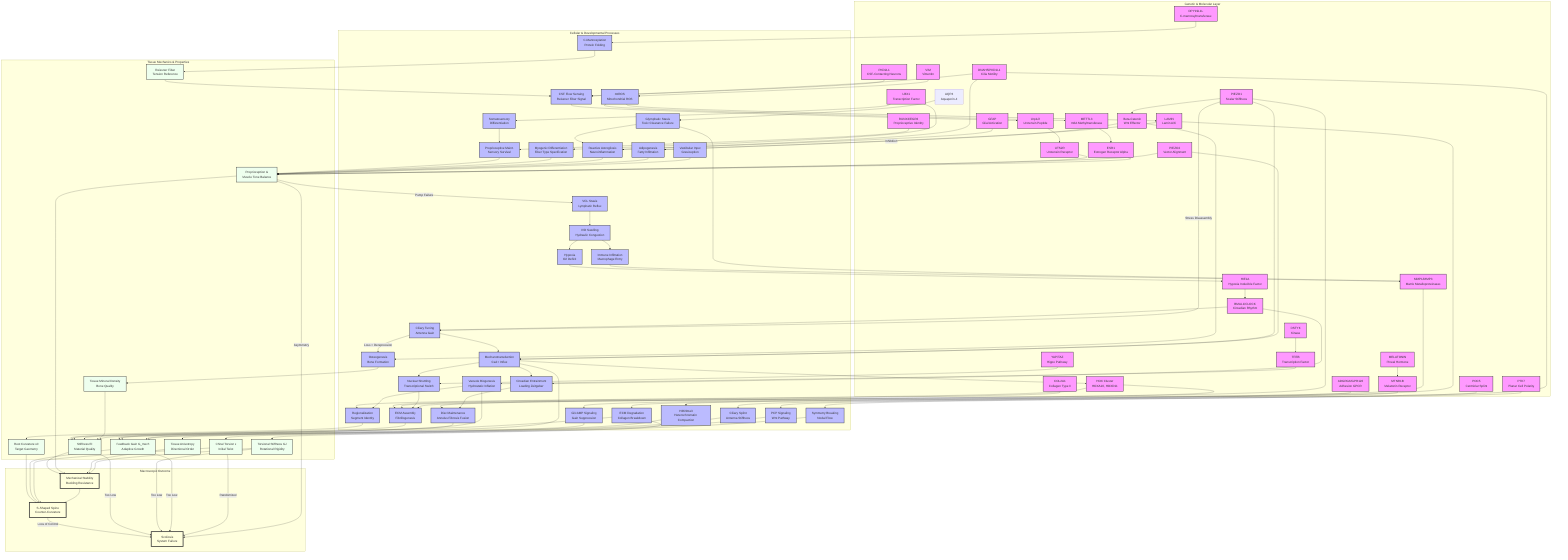
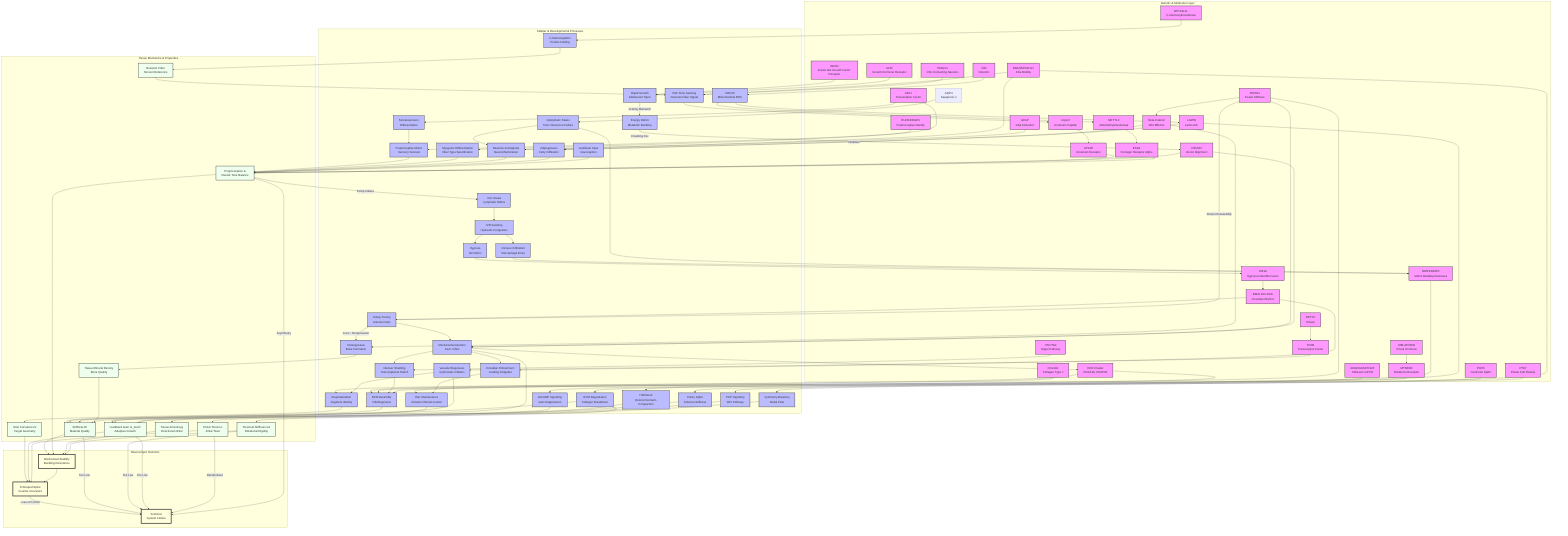
graph TD
    %% Subgraphs for Organization
    subgraph Genetics [Genetic & Molecular Layer]
        HOX[HOX Cluster<br/>HOXA10, HOXD11]
        COL[COL2A1<br/>Collagen Type II]
        PIEZO1[PIEZO1<br/>Scalar Stiffness]
        PIEZO2[PIEZO2<br/>Vector Alignment]
        CILIA[DNAH5/PKD1L1<br/>Cilia Motility]
        LBX1[LBX1<br/>Transcription Factor]
        ADGRG6[ADGRG6/GPR126<br/>Adhesion GPCR]
        PTK7[PTK7<br/>Planar Cell Polarity]
        YAP[YAP/TAZ<br/>Hippo Pathway]
        PKD2L1[PKD2L1<br/>CSF-Contacting Neurons]
        MMP[MMP1/MMP3<br/>Matrix Metalloproteinases]
        URP[Urp1/2<br/>Urotensin Peptide]
        UTS2R[UTS2R<br/>Urotensin Receptor]
        GFAP[GFAP<br/>Glial Activation]
        VIM[VIM<br/>Vimentin]
        LAMIN[LAMIN<br/>Lamin A/C]
        BMAL1[BMAL1/CLOCK<br/>Circadian Rhythm]
        RUNX3[RUNX3/EGR3<br/>Proprioceptive Identity]
        METTL3[METTL3<br/>m6A Methyltransferase]
        ESR1[ESR1<br/>Estrogen Receptor Alpha]
        AQP4[AQP4<br/>Aquaporin-4]
        MELATONIN[MELATONIN<br/>Pineal Hormone]
        MT2[MTNR1B<br/>Melatonin Receptor]
        HIF1A[HIF1A<br/>Hypoxia Inducible Factor]
        POC5[POC5<br/>Centriolar Splint]
        DSTYK[DSTYK<br/>Kinase]
        TFEB[TFEB<br/>Transcription Factor]
        Beta_Catenin[Beta-Catenin<br/>Wnt Effector]
        DPY19L1L[DPY19L1L<br/>C-mannosyltransferase]
+         IGF1R[IGF1R<br/>Insulin-like Growth Factor Receptor]
+         GHR[GHR<br/>Growth Hormone Receptor]
    end

    subgraph Processes [Cellular & Developmental Processes]
        Astrogliosis[Reactive Astrogliosis<br/>Neuroinflammation]
        Region[Regionalization<br/>Segment Identity]
        ECM_Assembly[ECM Assembly<br/>Fibrillogenesis]
        Nucl_Shuttle[Nuclear Shuttling<br/>Transcriptional Switch]
        Mech_Trans[Mechanotransduction<br/>Ca2+ Influx]
        Sym_Break[Symmetry Breaking<br/>Nodal Flow]
        CSF_Sensing[CSF Flow Sensing<br/>Reissner Fiber Signal]
        Neur_Diff[Somatosensory<br/>Differentiation]
        Muscle_Diff[Myogenic Differentiation<br/>Fiber Type Specification]
        Disc_Maint[Disc Maintenance<br/>Annulus Fibrosis Fusion]
        PCP_Sig[PCP Signaling<br/>Wnt Pathway]
        Degradation[ECM Degradation<br/>Collagen Breakdown]
        mtROS[mtROS<br/>Mitochondrial ROS]
        Adipogenesis[Adipogenesis<br/>Fatty Infiltration]
        Hydraulic_Congestion[IVD Swelling<br/>Hydraulic Congestion]
        Immune_Infilt[Immune Infiltration<br/>Macrophage Entry]
        Circadian_Entrain[Circadian Entrainment<br/>Loading Zeitgeber]
        Proprio_Maint[Proprioceptive Maint.<br/>Sensory Survival]
        H3K9me3[H3K9me3<br/>Heterochromatin Compaction]
        VCL_Stasis[VCL Stasis<br/>Lymphatic Reflux]
        Glymphatic_Stasis[Glymphatic Stasis<br/>Toxic Clearance Failure]
        Vestibular_Input[Vestibular Input<br/>Graviception]
        Gi_cAMP[Gi/cAMP Signaling<br/>Gain Suppression]
        Ciliary_Tuning[Ciliary Tuning<br/>Antenna Gain]
        Hypoxia[Hypoxia<br/>O2 Deficit]
        Osteogenesis[Osteogenesis<br/>Bone Formation]
        Ciliary_Splint[Ciliary Splint<br/>Antenna Stiffness]
        Vacuole_Biogenesis[Vacuole Biogenesis<br/>Hydrostatic Inflation]
        C_Mannosylation[C-Mannosylation<br/>Protein Folding]
+         Rapid_Growth[Rapid Growth<br/>Adolescent Spurt]
+         Energy_Deficit[Energy Deficit<br/>Metabolic Buckling]
    end

    subgraph Tissue [Tissue Mechanics & Properties]
        Rest_Kappa[Rest Curvature κ0<br/>Target Geometry]
        Stiffness[Stiffness EI<br/>Material Quality]
        Torsional_Stiffness[Torsional Stiffness GJ<br/>Rotational Rigidity]
        Gain[Feedback Gain G_mech<br/>Adaptive Growth]
        Torsion[Chiral Torsion ε<br/>Initial Twist]
        Muscle_Tone[Proprioception &<br/>Muscle Tone Balance]
        Anisotropy[Tissue Anisotropy<br/>Directional Order]
        TMD[Tissue Mineral Density<br/>Bone Quality]
        Reissner_Fiber[Reissner Fiber<br/>Tension Reference]
    end

    subgraph Outcome [Macroscopic Outcome]
        S_Curve[S-Shaped Spine<br/>Counter-Curvature]
        Stability[Mechanical Stability<br/>Buckling Resistance]
        Scoliosis[Scoliosis<br/>System Failure]
    end

    %% Connections
    HOX --> Region
    Region --> Rest_Kappa
    Rest_Kappa --> S_Curve

    COL --> ECM_Assembly
    ECM_Assembly --> Stiffness
    Stiffness --> Stability

    PIEZO1 --> Mech_Trans
    PIEZO2 --> Mech_Trans
    Mech_Trans --> Gain
    Gain --> S_Curve

    %% NEW ARC: Piezo Duality (Vector-Scalar Mismatch)
    PIEZO1 --> ECM_Assembly
    PIEZO2 --> Muscle_Tone

    CILIA --> Sym_Break
    Sym_Break --> Torsion
    Torsion --> S_Curve

    LBX1 --> Neur_Diff
    LBX1 --> Muscle_Diff
    Neur_Diff --> Proprio_Maint
    Proprio_Maint --> Muscle_Tone
    Muscle_Diff --> Muscle_Tone
    Muscle_Tone --> Stability

    %% NEW ARC: Proprioceptive Maintenance
    RUNX3 --> Proprio_Maint

    %% NEW ARC: ADGRG6
    ADGRG6 --> Disc_Maint
    Disc_Maint --> Stiffness

    %% NEW ARC: PTK7
    PTK7 --> PCP_Sig
    PCP_Sig --> Anisotropy
    Anisotropy --> Stability

    %% NEW ARC: YAP/TAZ
    YAP --> Nucl_Shuttle
    Nucl_Shuttle --> ECM_Assembly
    Mech_Trans --> Nucl_Shuttle

    %% NEW ARC: CSF/Reissner Fiber
    CILIA --> CSF_Sensing
    PKD2L1 --> CSF_Sensing
    CSF_Sensing --> URP
    URP --> UTS2R
    UTS2R --> Muscle_Tone

    %% NEW ARC: MMP Degradation
    MMP --> Degradation
    Degradation --> Stiffness

    %% NEW ARC: Neuro-Inflammatory Pathway
    CILIA --> Astrogliosis
    GFAP --> Astrogliosis
    Astrogliosis --> Muscle_Tone

    %% NEW ARC: Vimentin Metabolic Switch
    VIM --> mtROS
    mtROS --> LAMIN
    LAMIN --> Adipogenesis
    Adipogenesis --> Muscle_Tone

    %% NEW ARC: Inflamed Torsion
    Hydraulic_Congestion --> Immune_Infilt
    Immune_Infilt --> MMP
    Degradation --> Torsional_Stiffness
    Torsional_Stiffness --> Stability

    %% NEW ARC: Glymphatic Stasis
    AQP4 --> Glymphatic_Stasis
    Glymphatic_Stasis --> Astrogliosis

    %% NEW ARC: Glymphatic-MMP Axis (Chen et al., 2025)
    Glymphatic_Stasis --> MMP

    %% NEW ARC: Melatonin Gain Control
    MELATONIN --> MT2
    MT2 --> Gi_cAMP
    Gi_cAMP --> Gain

    %% NEW ARC: Vestibular Asymmetry
    Vestibular_Input --> Muscle_Tone

    %% Cross-Talk and Failures
    Stability --> S_Curve
    S_Curve -- "Loss of Control" --> Scoliosis
    Stiffness -- "Too Low" --> Scoliosis
    Torsional_Stiffness -- "Too Low" --> Scoliosis
    Gain -- "Too Low" --> Scoliosis
    Torsion -- "Randomized" --> Scoliosis
    Muscle_Tone -- "Asymmetry" --> Scoliosis

    %% Styling
    classDef gene fill:#f9f,stroke:#333,stroke-width:2px;
    classDef process fill:#bbf,stroke:#333,stroke-width:2px;
    classDef tissue fill:#efe,stroke:#333,stroke-width:2px;
    classDef outcome fill:#ffd,stroke:#333,stroke-width:4px;

    %% NEW ARC: Spinal Jetlag
    BMAL1 --> Circadian_Entrain
    Mech_Trans --> Circadian_Entrain
    Circadian_Entrain --> Disc_Maint

    %% NEW ARC: Tunable Antenna (Miyoshi et al., 2024)
    BMAL1 --> Ciliary_Tuning
    Ciliary_Tuning --> Mech_Trans

    %% NEW ARC: Epigenetic Asymmetry
    mtROS --> METTL3
    METTL3 --> ESR1
    ESR1 --> Muscle_Tone

    %% NEW ARC: Nuclear Stiffness (Scalar Senescence)
    LAMIN --> H3K9me3
    H3K9me3 --> Gain

    %% NEW ARC: Lymphatic Drainage Pathway (VCL)
    Muscle_Tone -- "Pump Failure" --> VCL_Stasis
    VCL_Stasis --> Hydraulic_Congestion

    %% NEW ARC: Hypoxic Clock Block (HIF1A)
    Hydraulic_Congestion --> Hypoxia
    Hypoxia --> HIF1A
    HIF1A --> BMAL1

    %% NEW ARC: Tension-Dependent Identity (HOX)
    Mech_Trans --> HOX
    HOX --> ECM_Assembly

    %% NEW ARC: Bone Mineralization (Ramli et al., 2024)
    %% PIEZO1 --> Osteogenesis (Replaced by BMSC Switch below)
    Osteogenesis --> TMD
    TMD --> Stiffness

    %% NEW ARC: BMSC Fate Switch (Li et al., 2023)
    PIEZO1 --> Beta_Catenin
    Beta_Catenin --> Osteogenesis
    Beta_Catenin -- "Inhibition" --> Adipogenesis

    %% NEW ARC: Centriolar Splint (POC5)
    POC5 --> Ciliary_Splint
    Ciliary_Splint --> Gain

    %% NEW ARC: Hydrostatic Skeleton (DSTYK/TFEB)
    DSTYK --> TFEB
    TFEB --> Vacuole_Biogenesis
    Vacuole_Biogenesis --> Stiffness
    Vacuole_Biogenesis --> Region

    %% NEW ARC: Piezo-Cilia Stress Lock (Chen et al., 2025)
    PIEZO1 -- "Stress Disassembly" --> Ciliary_Tuning
    Ciliary_Tuning -- "Loss = Derepression" --> Osteogenesis

    %% NEW ARC: Sweet String Pathway (DPY19L1L)
    DPY19L1L --> C_Mannosylation
    C_Mannosylation --> Reissner_Fiber
    Reissner_Fiber --> CSF_Sensing

-     class HOX,COL,PIEZO1,PIEZO2,CILIA,LBX1,ADGRG6,PTK7,YAP,PKD2L1,MMP,URP,UTS2R,GFAP,VIM,LAMIN,BMAL1,RUNX3,METTL3,ESR1,MELATONIN,MT2,HIF1A,POC5,DSTYK,TFEB,Beta_Catenin,DPY19L1L gene;
-     class Region,ECM_Assembly,Mech_Trans,Sym_Break,Neur_Diff,Muscle_Diff,Disc_Maint,PCP_Sig,Nucl_Shuttle,CSF_Sensing,Degradation,Astrogliosis,mtROS,Adipogenesis,Hydraulic_Congestion,Immune_Infilt,Circadian_Entrain,Proprio_Maint,H3K9me3,VCL_Stasis,Glymphatic_Stasis,Vestibular_Input,Gi_cAMP,Ciliary_Tuning,Hypoxia,Osteogenesis,Ciliary_Splint,Vacuole_Biogenesis,C_Mannosylation process;
+     %% NEW ARC: Metabolic Buckling Pathway
+     IGF1R --> Rapid_Growth
+     GHR --> Rapid_Growth
+     Rapid_Growth -- "Scaling Mismatch" --> Energy_Deficit
+     Energy_Deficit -- "Crowding Out" --> PIEZO2
+ 
+     class HOX,COL,PIEZO1,PIEZO2,CILIA,LBX1,ADGRG6,PTK7,YAP,PKD2L1,MMP,URP,UTS2R,GFAP,VIM,LAMIN,BMAL1,RUNX3,METTL3,ESR1,MELATONIN,MT2,HIF1A,POC5,DSTYK,TFEB,Beta_Catenin,DPY19L1L,IGF1R,GHR gene;
+     class Region,ECM_Assembly,Mech_Trans,Sym_Break,Neur_Diff,Muscle_Diff,Disc_Maint,PCP_Sig,Nucl_Shuttle,CSF_Sensing,Degradation,Astrogliosis,mtROS,Adipogenesis,Hydraulic_Congestion,Immune_Infilt,Circadian_Entrain,Proprio_Maint,H3K9me3,VCL_Stasis,Glymphatic_Stasis,Vestibular_Input,Gi_cAMP,Ciliary_Tuning,Hypoxia,Osteogenesis,Ciliary_Splint,Vacuole_Biogenesis,C_Mannosylation,Rapid_Growth,Energy_Deficit process;
    class Rest_Kappa,Stiffness,Torsional_Stiffness,Gain,Torsion,Muscle_Tone,Anisotropy,TMD,Reissner_Fiber tissue;
    class S_Curve,Stability,Scoliosis outcome;
